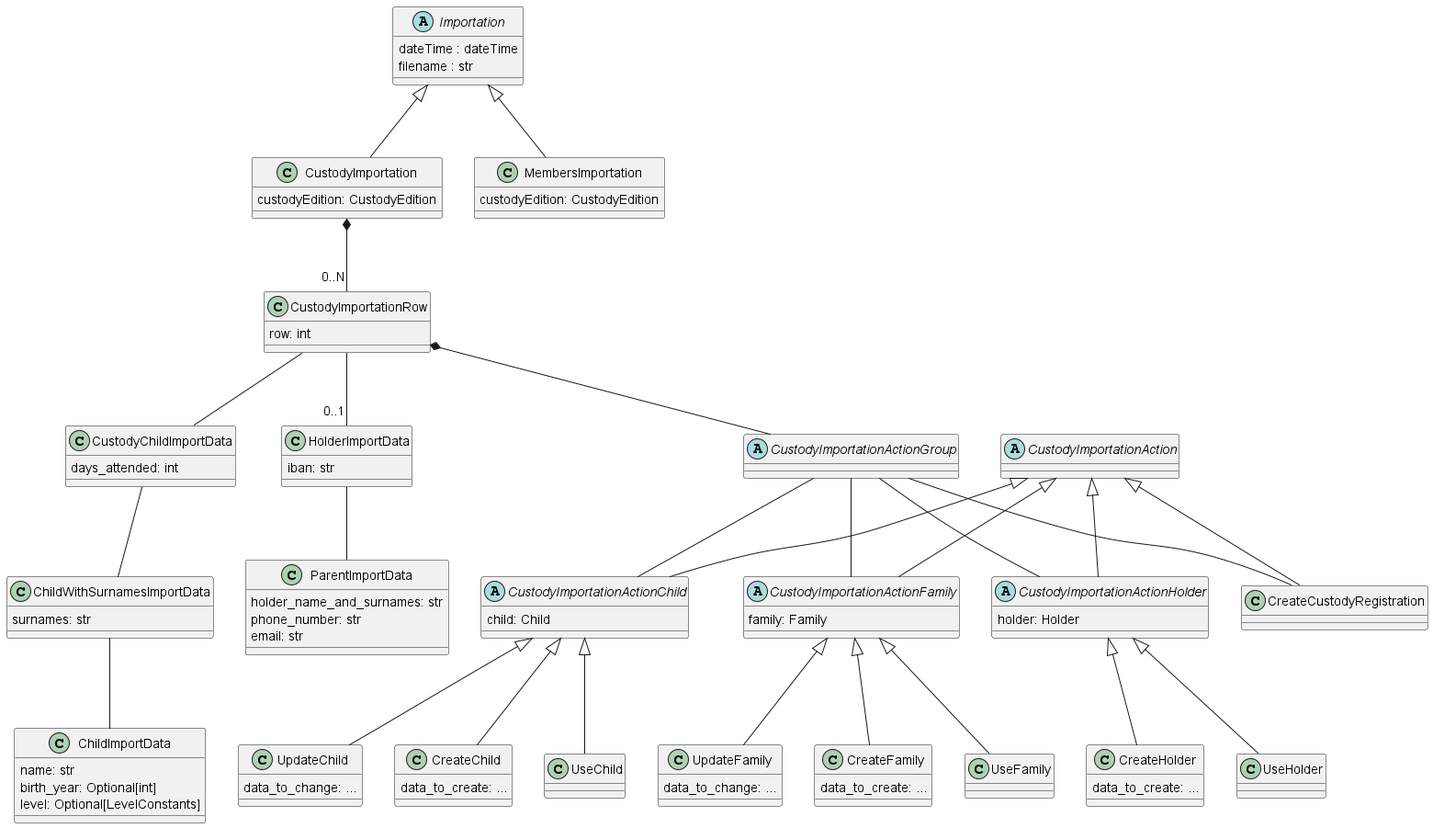
Earlier version of the PlantUML export doc/DomainModelDiagram/ImportationPackage/ImportationPackage.png (IgnacioMaestro/ampa-manager).
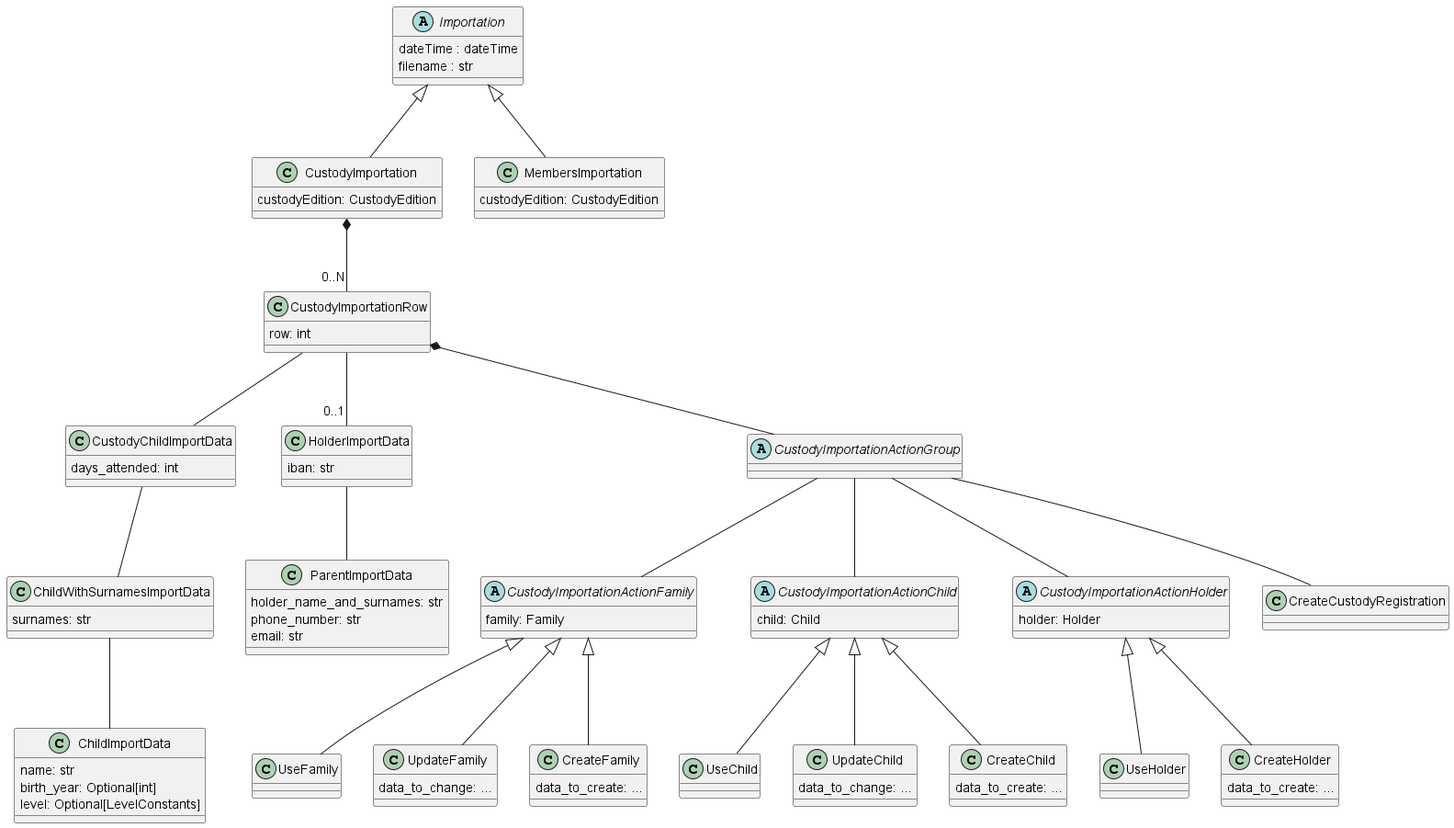
The same file after the commit.

Diff of the diagram source:
```diff
@@ -32,7 +32,6 @@
     email: str
 }
 abstract class CustodyImportationActionGroup
-abstract class CustodyImportationAction
 abstract class CustodyImportationActionFamily {
     family: Family
 }
@@ -80,10 +79,6 @@
 CustodyImportationActionGroup -- CustodyImportationActionFamily: ""
 CustodyImportationActionGroup -- CustodyImportationActionChild: ""
 CustodyImportationActionGroup -- CustodyImportationActionHolder: ""
-CustodyImportationAction <|-- CreateCustodyRegistration: ""
-CustodyImportationAction <|-- CustodyImportationActionFamily: ""
-CustodyImportationAction <|-- CustodyImportationActionChild: ""
-CustodyImportationAction <|-- CustodyImportationActionHolder: ""
 CustodyImportationActionFamily <|-- UseFamily: ""
 CustodyImportationActionFamily <|-- CreateFamily: ""
 CustodyImportationActionFamily <|-- UpdateFamily: ""
```
